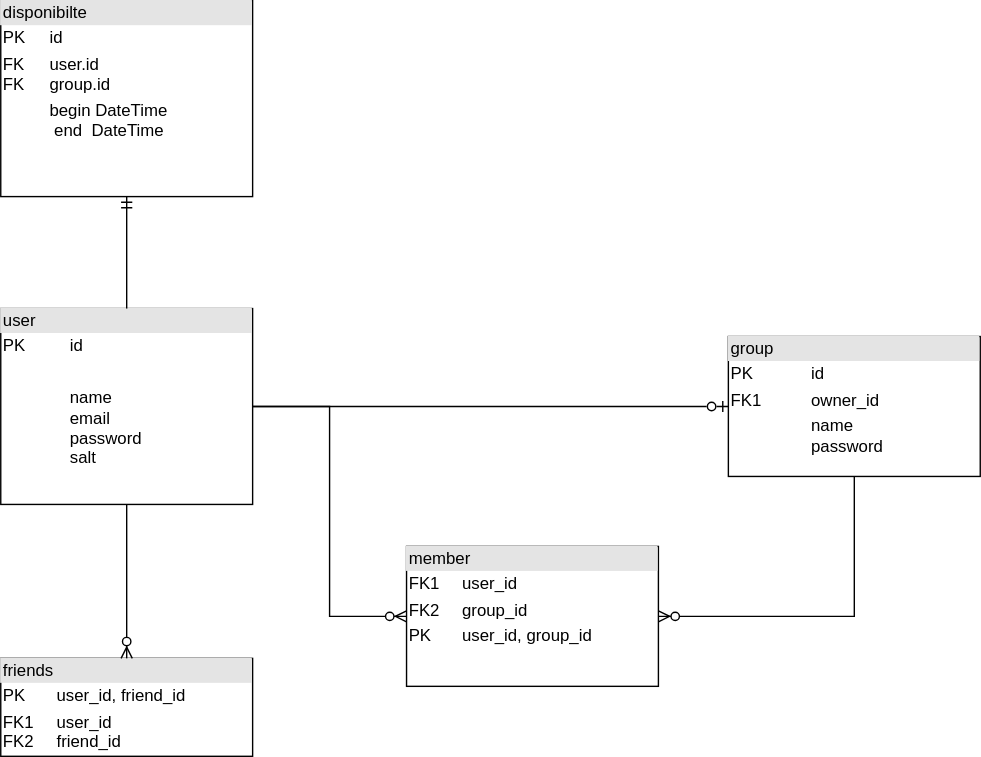
This is diagrams/MRD.drawio.svg from coffee-only/CalendarProject, a draw.io export, as it was before one commit. Source tidied: cells renumbered, new cells last; positions are measured from the earlier drawing's top-left corner, leaving out a move shared by most shapes.
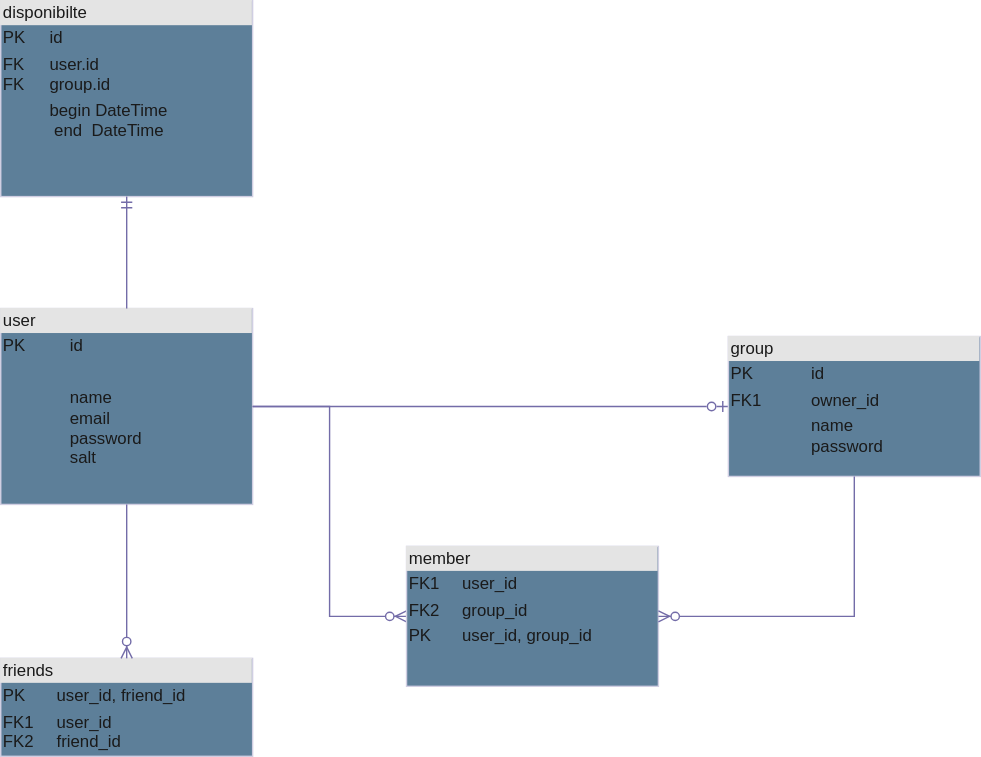
After the change.

Commit message:
Mettre à jour MRD.drawio.svg

The edit, as a diff of the source:
```diff
@@ -2,34 +2,34 @@
   <root>
     <mxCell id="0" />
     <mxCell id="1" parent="0" />
-    <mxCell id="2" value="&lt;div style=&quot;box-sizing: border-box; width: 100%; background: rgb(228, 228, 228); padding: 2px;&quot;&gt;user&lt;/div&gt;&lt;table style=&quot;width:100%;font-size:1em;&quot; cellpadding=&quot;2&quot; cellspacing=&quot;0&quot;&gt;&lt;tbody&gt;&lt;tr&gt;&lt;td&gt;PK&lt;/td&gt;&lt;td&gt;id&lt;/td&gt;&lt;/tr&gt;&lt;tr&gt;&lt;td&gt;&lt;br&gt;&lt;/td&gt;&lt;td&gt;&lt;br&gt;&lt;/td&gt;&lt;/tr&gt;&lt;tr&gt;&lt;td&gt;&lt;/td&gt;&lt;td&gt;name&lt;br&gt;email&lt;br&gt;password&lt;br&gt;salt&lt;br&gt;&lt;br&gt;&lt;/td&gt;&lt;/tr&gt;&lt;/tbody&gt;&lt;/table&gt;" style="verticalAlign=top;align=left;overflow=fill;html=1;whiteSpace=wrap;" parent="1" vertex="1">
+    <mxCell id="2" value="&lt;div style=&quot;box-sizing: border-box; width: 100%; background: rgb(228, 228, 228); padding: 2px;&quot;&gt;user&lt;/div&gt;&lt;table style=&quot;width:100%;font-size:1em;&quot; cellpadding=&quot;2&quot; cellspacing=&quot;0&quot;&gt;&lt;tbody&gt;&lt;tr&gt;&lt;td&gt;PK&lt;/td&gt;&lt;td&gt;id&lt;/td&gt;&lt;/tr&gt;&lt;tr&gt;&lt;td&gt;&lt;br&gt;&lt;/td&gt;&lt;td&gt;&lt;br&gt;&lt;/td&gt;&lt;/tr&gt;&lt;tr&gt;&lt;td&gt;&lt;/td&gt;&lt;td&gt;name&lt;br&gt;email&lt;br&gt;password&lt;br&gt;salt&lt;br&gt;&lt;br&gt;&lt;/td&gt;&lt;/tr&gt;&lt;/tbody&gt;&lt;/table&gt;" style="verticalAlign=top;align=left;overflow=fill;html=1;whiteSpace=wrap;labelBackgroundColor=none;fillColor=#5D7F99;strokeColor=#D0CEE2;fontColor=#1A1A1A;" parent="1" vertex="1">
       <mxGeometry y="220" width="180" height="140" as="geometry" />
     </mxCell>
-    <mxCell id="3" value="&lt;div style=&quot;box-sizing: border-box; width: 100%; background: rgb(228, 228, 228); padding: 2px;&quot;&gt;friends&lt;/div&gt;&lt;table style=&quot;width:100%;font-size:1em;&quot; cellpadding=&quot;2&quot; cellspacing=&quot;0&quot;&gt;&lt;tbody&gt;&lt;tr&gt;&lt;td&gt;PK&lt;/td&gt;&lt;td&gt;user_id, friend_id&lt;/td&gt;&lt;/tr&gt;&lt;tr&gt;&lt;td&gt;FK1&lt;br&gt;FK2&lt;br&gt;&lt;/td&gt;&lt;td&gt;user_id&lt;br&gt;friend_id&lt;/td&gt;&lt;/tr&gt;&lt;tr&gt;&lt;td&gt;&lt;br&gt;&lt;br&gt;&lt;/td&gt;&lt;td&gt;&lt;br&gt;&lt;br&gt;&lt;br&gt;&lt;br&gt;&lt;br&gt;&lt;/td&gt;&lt;/tr&gt;&lt;/tbody&gt;&lt;/table&gt;" style="verticalAlign=top;align=left;overflow=fill;html=1;whiteSpace=wrap;" parent="1" vertex="1">
+    <mxCell id="3" value="&lt;div style=&quot;box-sizing: border-box; width: 100%; background: rgb(228, 228, 228); padding: 2px;&quot;&gt;friends&lt;/div&gt;&lt;table style=&quot;width:100%;font-size:1em;&quot; cellpadding=&quot;2&quot; cellspacing=&quot;0&quot;&gt;&lt;tbody&gt;&lt;tr&gt;&lt;td&gt;PK&lt;/td&gt;&lt;td&gt;user_id, friend_id&lt;/td&gt;&lt;/tr&gt;&lt;tr&gt;&lt;td&gt;FK1&lt;br&gt;FK2&lt;br&gt;&lt;/td&gt;&lt;td&gt;user_id&lt;br&gt;friend_id&lt;/td&gt;&lt;/tr&gt;&lt;tr&gt;&lt;td&gt;&lt;br&gt;&lt;br&gt;&lt;/td&gt;&lt;td&gt;&lt;br&gt;&lt;br&gt;&lt;br&gt;&lt;br&gt;&lt;br&gt;&lt;/td&gt;&lt;/tr&gt;&lt;/tbody&gt;&lt;/table&gt;" style="verticalAlign=top;align=left;overflow=fill;html=1;whiteSpace=wrap;labelBackgroundColor=none;fillColor=#5D7F99;strokeColor=#D0CEE2;fontColor=#1A1A1A;" parent="1" vertex="1">
       <mxGeometry y="470" width="180" height="70" as="geometry" />
     </mxCell>
-    <mxCell id="4" style="fontSize=12;html=1;endArrow=ERzeroToMany;endFill=1;rounded=0;exitX=0.5;exitY=1;exitDx=0;exitDy=0;entryX=0.5;entryY=0;entryDx=0;entryDy=0;" parent="1" edge="1" source="2" target="3">
+    <mxCell id="4" style="fontSize=12;html=1;endArrow=ERzeroToMany;endFill=1;rounded=0;exitX=0.5;exitY=1;exitDx=0;exitDy=0;entryX=0.5;entryY=0;entryDx=0;entryDy=0;labelBackgroundColor=none;strokeColor=#736CA8;fontColor=default;" parent="1" edge="1" source="2" target="3">
       <mxGeometry relative="1" as="geometry" />
     </mxCell>
-    <mxCell id="5" style="edgeStyle=orthogonalEdgeStyle;rounded=0;jettySize=auto;html=1;exitX=0;exitY=0.5;exitDx=0;exitDy=0;startArrow=ERzeroToOne;startFill=0;endArrow=none;" parent="1" edge="1" source="6" target="2">
+    <mxCell id="5" style="edgeStyle=orthogonalEdgeStyle;rounded=0;jettySize=auto;html=1;exitX=0;exitY=0.5;exitDx=0;exitDy=0;startArrow=ERzeroToOne;startFill=0;endArrow=none;labelBackgroundColor=none;strokeColor=#736CA8;fontColor=default;" parent="1" edge="1" source="6" target="2">
       <mxGeometry relative="1" as="geometry" />
     </mxCell>
-    <mxCell id="6" value="&lt;div style=&quot;box-sizing: border-box; width: 100%; background: rgb(228, 228, 228); padding: 2px;&quot;&gt;group&lt;/div&gt;&lt;table style=&quot;width:100%;font-size:1em;&quot; cellpadding=&quot;2&quot; cellspacing=&quot;0&quot;&gt;&lt;tbody&gt;&lt;tr&gt;&lt;td&gt;PK&lt;/td&gt;&lt;td&gt;id&lt;/td&gt;&lt;/tr&gt;&lt;tr&gt;&lt;td&gt;FK1&lt;/td&gt;&lt;td&gt;owner_id&lt;/td&gt;&lt;/tr&gt;&lt;tr&gt;&lt;td&gt;&lt;/td&gt;&lt;td&gt;name&lt;br&gt;password&lt;br&gt;&lt;/td&gt;&lt;/tr&gt;&lt;/tbody&gt;&lt;/table&gt;" style="verticalAlign=top;align=left;overflow=fill;html=1;whiteSpace=wrap;" parent="1" vertex="1">
+    <mxCell id="6" value="&lt;div style=&quot;box-sizing: border-box; width: 100%; background: rgb(228, 228, 228); padding: 2px;&quot;&gt;group&lt;/div&gt;&lt;table style=&quot;width:100%;font-size:1em;&quot; cellpadding=&quot;2&quot; cellspacing=&quot;0&quot;&gt;&lt;tbody&gt;&lt;tr&gt;&lt;td&gt;PK&lt;/td&gt;&lt;td&gt;id&lt;/td&gt;&lt;/tr&gt;&lt;tr&gt;&lt;td&gt;FK1&lt;/td&gt;&lt;td&gt;owner_id&lt;/td&gt;&lt;/tr&gt;&lt;tr&gt;&lt;td&gt;&lt;/td&gt;&lt;td&gt;name&lt;br&gt;password&lt;br&gt;&lt;/td&gt;&lt;/tr&gt;&lt;/tbody&gt;&lt;/table&gt;" style="verticalAlign=top;align=left;overflow=fill;html=1;whiteSpace=wrap;labelBackgroundColor=none;fillColor=#5D7F99;strokeColor=#D0CEE2;fontColor=#1A1A1A;" parent="1" vertex="1">
       <mxGeometry x="520" y="240" width="180" height="100" as="geometry" />
     </mxCell>
-    <mxCell id="7" style="fontSize=12;html=1;endArrow=ERzeroToMany;endFill=1;rounded=0;exitX=1;exitY=0.5;exitDx=0;exitDy=0;entryX=0;entryY=0.5;entryDx=0;entryDy=0;edgeStyle=orthogonalEdgeStyle;" parent="1" edge="1" source="2" target="8">
+    <mxCell id="7" style="fontSize=12;html=1;endArrow=ERzeroToMany;endFill=1;rounded=0;exitX=1;exitY=0.5;exitDx=0;exitDy=0;entryX=0;entryY=0.5;entryDx=0;entryDy=0;edgeStyle=orthogonalEdgeStyle;labelBackgroundColor=none;strokeColor=#736CA8;fontColor=default;" parent="1" edge="1" source="2" target="8">
       <mxGeometry relative="1" as="geometry" />
     </mxCell>
-    <mxCell id="8" value="&lt;div style=&quot;box-sizing: border-box; width: 100%; background: rgb(228, 228, 228); padding: 2px;&quot;&gt;member&lt;/div&gt;&lt;table style=&quot;width:100%;font-size:1em;&quot; cellpadding=&quot;2&quot; cellspacing=&quot;0&quot;&gt;&lt;tbody&gt;&lt;tr&gt;&lt;td&gt;FK1&lt;/td&gt;&lt;td&gt;user_id&lt;/td&gt;&lt;/tr&gt;&lt;tr&gt;&lt;td&gt;FK2&lt;/td&gt;&lt;td&gt;group_id&lt;/td&gt;&lt;/tr&gt;&lt;tr&gt;&lt;td&gt;PK&lt;/td&gt;&lt;td&gt;user_id, group_id&lt;/td&gt;&lt;/tr&gt;&lt;/tbody&gt;&lt;/table&gt;" style="verticalAlign=top;align=left;overflow=fill;html=1;whiteSpace=wrap;" parent="1" vertex="1">
+    <mxCell id="8" value="&lt;div style=&quot;box-sizing: border-box; width: 100%; background: rgb(228, 228, 228); padding: 2px;&quot;&gt;member&lt;/div&gt;&lt;table style=&quot;width:100%;font-size:1em;&quot; cellpadding=&quot;2&quot; cellspacing=&quot;0&quot;&gt;&lt;tbody&gt;&lt;tr&gt;&lt;td&gt;FK1&lt;/td&gt;&lt;td&gt;user_id&lt;/td&gt;&lt;/tr&gt;&lt;tr&gt;&lt;td&gt;FK2&lt;/td&gt;&lt;td&gt;group_id&lt;/td&gt;&lt;/tr&gt;&lt;tr&gt;&lt;td&gt;PK&lt;/td&gt;&lt;td&gt;user_id, group_id&lt;/td&gt;&lt;/tr&gt;&lt;/tbody&gt;&lt;/table&gt;" style="verticalAlign=top;align=left;overflow=fill;html=1;whiteSpace=wrap;labelBackgroundColor=none;fillColor=#5D7F99;strokeColor=#D0CEE2;fontColor=#1A1A1A;" parent="1" vertex="1">
       <mxGeometry x="290" y="390" width="180" height="100" as="geometry" />
     </mxCell>
-    <mxCell id="9" value="&lt;div style=&quot;box-sizing: border-box; width: 100%; background: rgb(228, 228, 228); padding: 2px;&quot;&gt;disponibilte&lt;/div&gt;&lt;table style=&quot;width:100%;font-size:1em;&quot; cellpadding=&quot;2&quot; cellspacing=&quot;0&quot;&gt;&lt;tbody&gt;&lt;tr&gt;&lt;td&gt;PK&lt;/td&gt;&lt;td&gt;id&lt;/td&gt;&lt;/tr&gt;&lt;tr&gt;&lt;td&gt;FK&lt;br&gt;FK&lt;/td&gt;&lt;td&gt;user.id&lt;br&gt;group.id&lt;/td&gt;&lt;/tr&gt;&lt;tr&gt;&lt;td&gt;&lt;br&gt;&lt;/td&gt;&lt;td&gt;begin DateTime&lt;br&gt;&amp;nbsp;end&amp;nbsp; DateTime&lt;br&gt;&lt;br&gt;&lt;/td&gt;&lt;/tr&gt;&lt;/tbody&gt;&lt;/table&gt;" style="verticalAlign=top;align=left;overflow=fill;html=1;whiteSpace=wrap;" parent="1" vertex="1">
+    <mxCell id="9" value="&lt;div style=&quot;box-sizing: border-box; width: 100%; background: rgb(228, 228, 228); padding: 2px;&quot;&gt;disponibilte&lt;/div&gt;&lt;table style=&quot;width:100%;font-size:1em;&quot; cellpadding=&quot;2&quot; cellspacing=&quot;0&quot;&gt;&lt;tbody&gt;&lt;tr&gt;&lt;td&gt;PK&lt;/td&gt;&lt;td&gt;id&lt;/td&gt;&lt;/tr&gt;&lt;tr&gt;&lt;td&gt;FK&lt;br&gt;FK&lt;/td&gt;&lt;td&gt;user.id&lt;br&gt;group.id&lt;/td&gt;&lt;/tr&gt;&lt;tr&gt;&lt;td&gt;&lt;br&gt;&lt;/td&gt;&lt;td&gt;begin DateTime&lt;br&gt;&amp;nbsp;end&amp;nbsp; DateTime&lt;br&gt;&lt;br&gt;&lt;/td&gt;&lt;/tr&gt;&lt;/tbody&gt;&lt;/table&gt;" style="verticalAlign=top;align=left;overflow=fill;html=1;whiteSpace=wrap;labelBackgroundColor=none;fillColor=#5D7F99;strokeColor=#D0CEE2;fontColor=#1A1A1A;" parent="1" vertex="1">
       <mxGeometry width="180" height="140" as="geometry" />
     </mxCell>
-    <mxCell id="10" style="fontSize=12;html=1;endArrow=ERmandOne;rounded=0;exitX=0.5;exitY=0;exitDx=0;exitDy=0;entryX=0.5;entryY=1;entryDx=0;entryDy=0;" parent="1" edge="1" source="2" target="9">
+    <mxCell id="10" style="fontSize=12;html=1;endArrow=ERmandOne;rounded=0;exitX=0.5;exitY=0;exitDx=0;exitDy=0;entryX=0.5;entryY=1;entryDx=0;entryDy=0;labelBackgroundColor=none;strokeColor=#736CA8;fontColor=default;" parent="1" edge="1" source="2" target="9">
       <mxGeometry relative="1" as="geometry" />
     </mxCell>
-    <mxCell id="11" style="fontSize=12;html=1;endArrow=ERzeroToMany;endFill=1;rounded=0;exitX=0.5;exitY=1;exitDx=0;exitDy=0;entryX=1;entryY=0.5;entryDx=0;entryDy=0;edgeStyle=orthogonalEdgeStyle;" parent="1" edge="1" source="6" target="8">
+    <mxCell id="11" style="fontSize=12;html=1;endArrow=ERzeroToMany;endFill=1;rounded=0;exitX=0.5;exitY=1;exitDx=0;exitDy=0;entryX=1;entryY=0.5;entryDx=0;entryDy=0;edgeStyle=orthogonalEdgeStyle;labelBackgroundColor=none;strokeColor=#736CA8;fontColor=default;" parent="1" edge="1" source="6" target="8">
       <mxGeometry relative="1" as="geometry" />
     </mxCell>
   </root>
```
